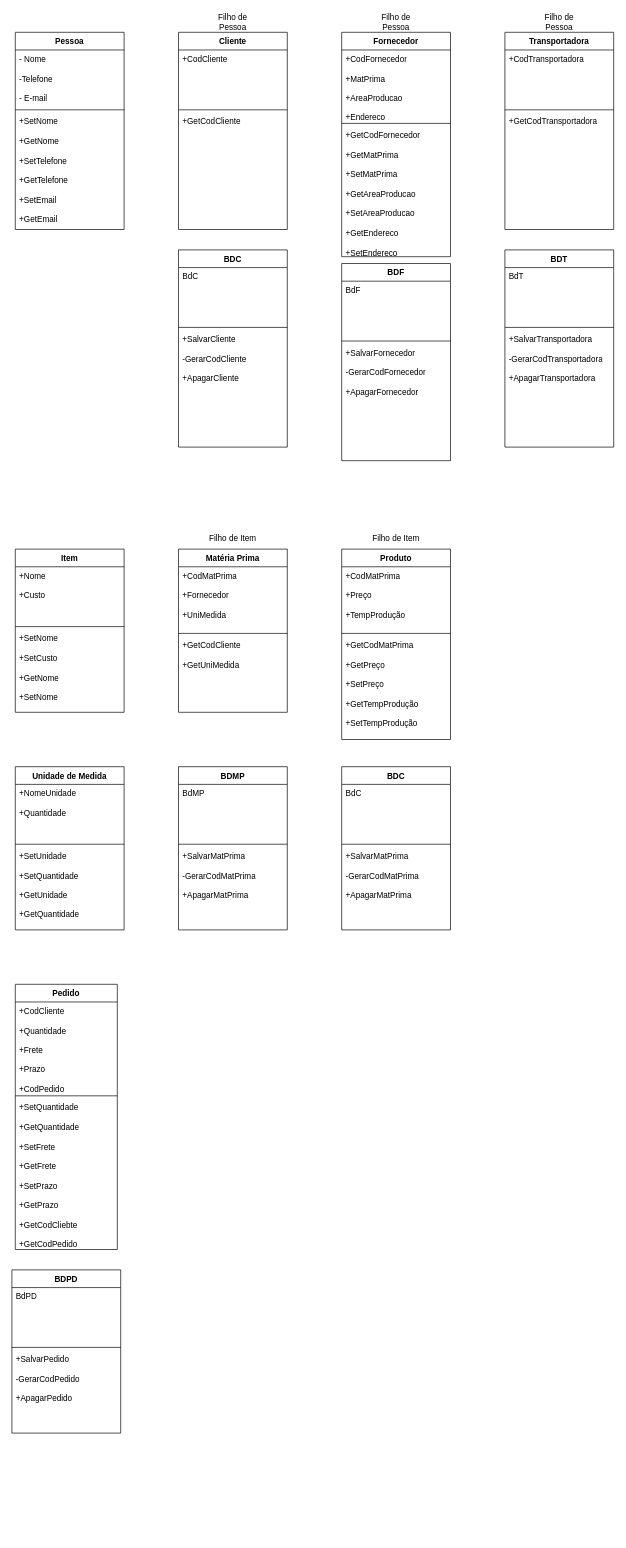
This is page "Diagrama-de-Classe" (4 of 14) of DOC/Fluxograma.drawio from GuilhermeIgarashi7/avatar-Fluxograma, a draw.io file, before an edit. Source tidied: cells renumbered, new cells numbered last; positions are measured from the earlier drawing's top-left corner, leaving out a move shared by most shapes. Both pictures are drawn from the tidied source at 68%, with x=0, y=0 at pixel (12, 12).
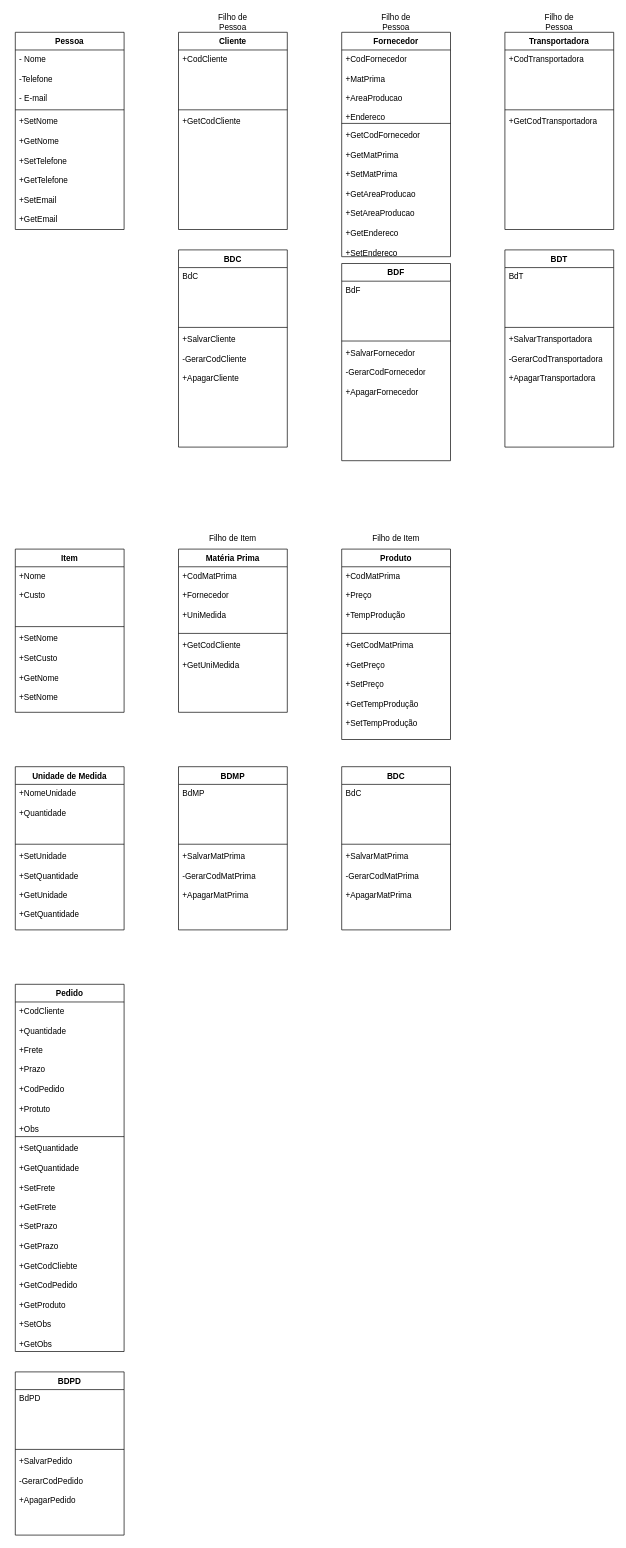
After the change.

Diff of the diagram source:
```diff
@@
     <mxCell id="59" value="Pedido" style="swimlane;fontStyle=1;align=center;verticalAlign=top;horizontal=1;startSize=26;whiteSpace=wrap;html=1;" parent="1" vertex="1">
-      <mxGeometry x="5" y="1430" width="150" height="390" as="geometry" />
+      <mxGeometry x="5" y="1430" width="160" height="540" as="geometry" />
     </mxCell>
-    <mxCell id="60" value="+CodCliente&lt;br&gt;&lt;br&gt;+Quantidade&lt;div&gt;&lt;br&gt;&lt;/div&gt;&lt;div&gt;+Frete&lt;/div&gt;&lt;div&gt;&lt;br&gt;&lt;/div&gt;&lt;div&gt;+Prazo&lt;/div&gt;&lt;div&gt;&lt;br&gt;&lt;/div&gt;&lt;div&gt;+CodPedido&lt;/div&gt;" style="text;strokeColor=none;fillColor=none;align=left;verticalAlign=top;spacingLeft=4;spacingRight=4;overflow=hidden;whiteSpace=wrap;html=1;" parent="59" vertex="1">
-      <mxGeometry y="26" width="150" height="134" as="geometry" />
+    <mxCell id="60" value="+CodCliente&lt;br&gt;&lt;br&gt;+Quantidade&lt;div&gt;&lt;br&gt;&lt;/div&gt;&lt;div&gt;+Frete&lt;/div&gt;&lt;div&gt;&lt;br&gt;&lt;/div&gt;&lt;div&gt;+Prazo&lt;/div&gt;&lt;div&gt;&lt;br&gt;&lt;/div&gt;&lt;div&gt;+CodPedido&lt;/div&gt;&lt;div&gt;&lt;br&gt;&lt;/div&gt;&lt;div&gt;+Protuto&lt;/div&gt;&lt;div&gt;&lt;br&gt;&lt;/div&gt;&lt;div&gt;+Obs&lt;/div&gt;" style="text;strokeColor=none;fillColor=none;align=left;verticalAlign=top;spacingLeft=4;spacingRight=4;overflow=hidden;whiteSpace=wrap;html=1;" parent="59" vertex="1">
+      <mxGeometry y="26" width="160" height="194" as="geometry" />
     </mxCell>
     <mxCell id="61" style="line;strokeWidth=1;fillColor=none;align=left;verticalAlign=middle;spacingTop=-1;spacingLeft=3;spacingRight=3;labelPosition=right;strokeColor=inherit;" parent="59" vertex="1">
-      <mxGeometry y="160" width="150" height="8" as="geometry" />
+      <mxGeometry y="220" width="160" height="8" as="geometry" />
     </mxCell>
-    <mxCell id="62" value="+SetQuantidade&lt;div&gt;&lt;br&gt;&lt;/div&gt;&lt;div&gt;+GetQuantidade&lt;/div&gt;&lt;div&gt;&lt;br&gt;&lt;/div&gt;&lt;div&gt;+SetFrete&lt;/div&gt;&lt;div&gt;&lt;br&gt;&lt;/div&gt;&lt;div&gt;+GetFrete&lt;/div&gt;&lt;div&gt;&lt;br&gt;&lt;/div&gt;&lt;div&gt;+SetPrazo&lt;/div&gt;&lt;div&gt;&lt;br&gt;&lt;/div&gt;&lt;div&gt;+GetPrazo&lt;/div&gt;&lt;div&gt;&lt;br&gt;&lt;/div&gt;&lt;div&gt;+GetCodCliebte&lt;/div&gt;&lt;div&gt;&lt;br&gt;&lt;/div&gt;&lt;div&gt;+GetCodPedido&lt;/div&gt;" style="text;strokeColor=none;fillColor=none;align=left;verticalAlign=top;spacingLeft=4;spacingRight=4;overflow=hidden;whiteSpace=wrap;html=1;" parent="59" vertex="1">
-      <mxGeometry y="168" width="150" height="222" as="geometry" />
+    <mxCell id="62" value="+SetQuantidade&lt;div&gt;&lt;br&gt;&lt;/div&gt;&lt;div&gt;+GetQuantidade&lt;/div&gt;&lt;div&gt;&lt;br&gt;&lt;/div&gt;&lt;div&gt;+SetFrete&lt;/div&gt;&lt;div&gt;&lt;br&gt;&lt;/div&gt;&lt;div&gt;+GetFrete&lt;/div&gt;&lt;div&gt;&lt;br&gt;&lt;/div&gt;&lt;div&gt;+SetPrazo&lt;/div&gt;&lt;div&gt;&lt;br&gt;&lt;/div&gt;&lt;div&gt;+GetPrazo&lt;/div&gt;&lt;div&gt;&lt;br&gt;&lt;/div&gt;&lt;div&gt;+GetCodCliebte&lt;/div&gt;&lt;div&gt;&lt;br&gt;&lt;/div&gt;&lt;div&gt;+GetCodPedido&lt;/div&gt;&lt;div&gt;&lt;br&gt;&lt;/div&gt;&lt;div&gt;+GetProduto&lt;/div&gt;&lt;div&gt;&lt;br&gt;&lt;/div&gt;&lt;div&gt;+SetObs&lt;/div&gt;&lt;div&gt;&lt;br&gt;&lt;/div&gt;&lt;div&gt;+GetObs&lt;/div&gt;" style="text;strokeColor=none;fillColor=none;align=left;verticalAlign=top;spacingLeft=4;spacingRight=4;overflow=hidden;whiteSpace=wrap;html=1;" parent="59" vertex="1">
+      <mxGeometry y="228" width="160" height="312" as="geometry" />
     </mxCell>
     <mxCell id="63" value="BDPD" style="swimlane;fontStyle=1;align=center;verticalAlign=top;horizontal=1;startSize=26;whiteSpace=wrap;html=1;" parent="1" vertex="1">
-      <mxGeometry y="1850" width="160" height="240" as="geometry" />
+      <mxGeometry x="5" y="2000" width="160" height="240" as="geometry" />
     </mxCell>
```
